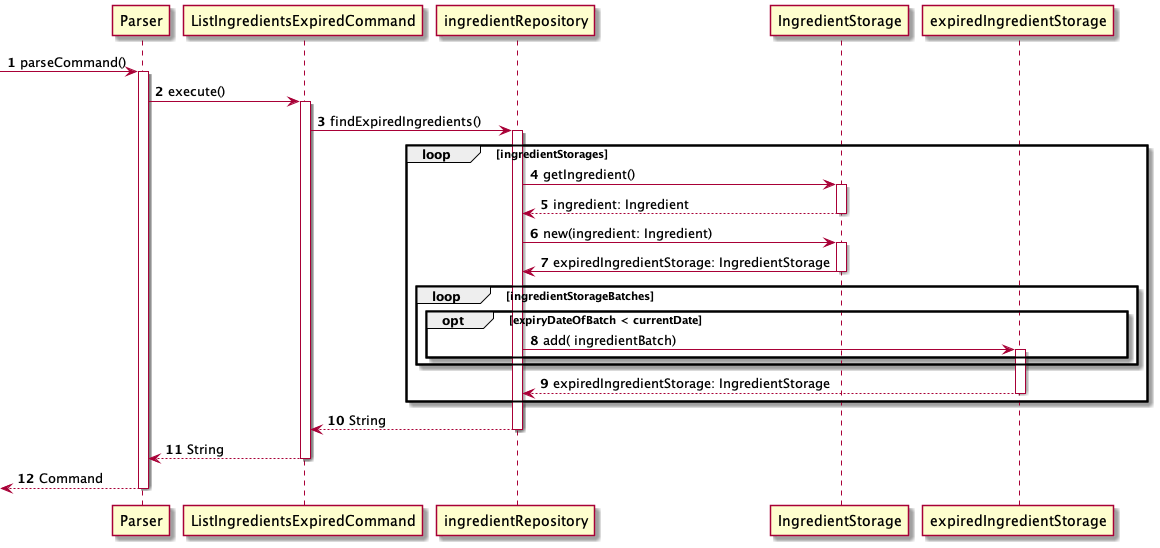
Earlier version of the PlantUML export docs/diagrams/ListIngredientsExpired.png (nus-cs2113-AY2122S1/tp).
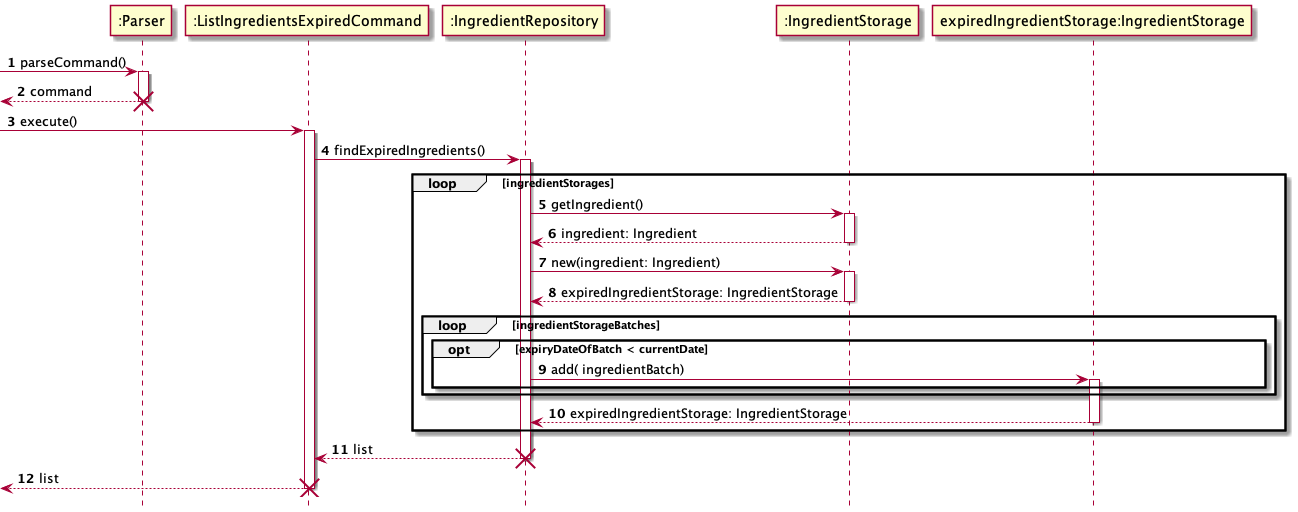
Later version of the same file.

Commit message:
Update sequence diagram Update Joshua's PPP

What changed in the source:
```diff
@@ -1,52 +1,61 @@
 @startuml
+!include style.puml
+
+participant ":Parser" as Parser
+participant ":ListIngredientsExpiredCommand" as ListIngredientsExpiredCommand
+participant ":IngredientRepository" as IngredientRepository
+participant ":IngredientStorage" as IngredientStorage
+participant "expiredIngredientStorage:IngredientStorage" as expiredIngredientStorage
 
 autonumber
 
  -> Parser: parseCommand()
 activate Parser
 
-Parser -> ListIngredientsExpiredCommand: execute()
+return command
+destroy Parser
+
+-> ListIngredientsExpiredCommand: execute()
 activate ListIngredientsExpiredCommand
 
-ListIngredientsExpiredCommand -> ingredientRepository: findExpiredIngredients()
-activate ingredientRepository
+ListIngredientsExpiredCommand -> IngredientRepository: findExpiredIngredients()
+activate IngredientRepository
 
 loop ingredientStorages
 
-    ingredientRepository -> IngredientStorage: getIngredient()
+    IngredientRepository -> IngredientStorage: getIngredient()
     activate IngredientStorage
 
-    IngredientStorage --> ingredientRepository: ingredient: Ingredient
+    IngredientStorage --> IngredientRepository: ingredient: Ingredient
     deactivate IngredientStorage
 
-    ingredientRepository -> IngredientStorage: new(ingredient: Ingredient)
+    IngredientRepository -> IngredientStorage: new(ingredient: Ingredient)
     activate IngredientStorage
 
-    IngredientStorage -> ingredientRepository: expiredIngredientStorage: IngredientStorage
+    IngredientStorage --> IngredientRepository: expiredIngredientStorage: IngredientStorage
     deactivate IngredientStorage
 
     loop ingredientStorageBatches
 
             opt expiryDateOfBatch < currentDate
 
-                ingredientRepository -> expiredIngredientStorage: add( ingredientBatch)
+                IngredientRepository -> expiredIngredientStorage: add( ingredientBatch)
                 activate expiredIngredientStorage
 
             end
     end
 
-    expiredIngredientStorage --> ingredientRepository:expiredIngredientStorage: IngredientStorage
+    expiredIngredientStorage --> IngredientRepository:expiredIngredientStorage: IngredientStorage
     deactivate expiredIngredientStorage
 
 end
 
-ingredientRepository --> ListIngredientsExpiredCommand: String
-deactivate ingredientRepository
+IngredientRepository --> ListIngredientsExpiredCommand: list
+deactivate IngredientRepository
+destroy IngredientRepository
 
-ListIngredientsExpiredCommand --> Parser: String
-deactivate ListIngredientsExpiredCommand
+return list
+destroy ListIngredientsExpiredCommand
 
-<-- Parser: Command
-deactivate Parser
 
 @enduml
```
